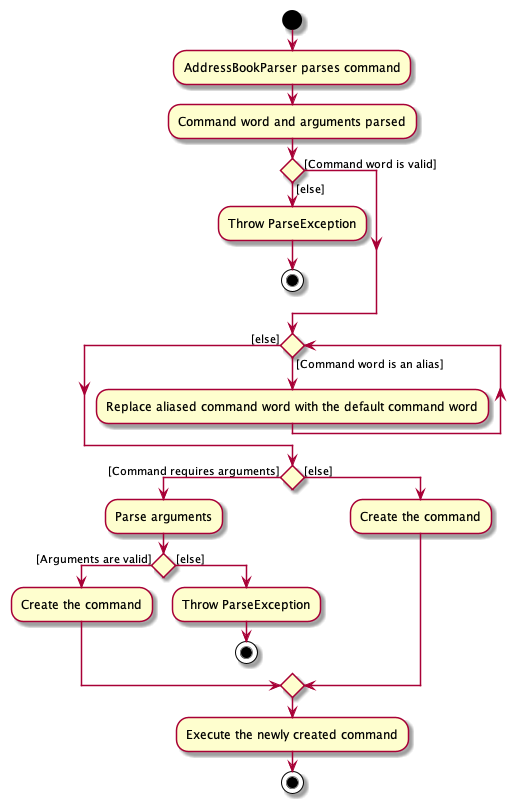
The PlantUML diagram docs/images/ParseActivityDiagram.png in nus-cs2103-AY2122S1/tp, before a commit. The source it was exported from:
```plantuml
@startuml
start
:AddressBookParser parses command;

:Command word and arguments parsed;

if () then ([Command word is valid])
else ([else])
    :Throw ParseException;
    stop
endif

while () is ([Command word is an alias])
    :Replace aliased command word with the default command word;
endwhile ([else])

if () then ([Command requires arguments])
    :Parse arguments;
    if () then ([Arguments are valid])
        :Create the command;
    else ([else])
        :Throw ParseException;
        stop
    endif
else ([else])
    :Create the command;
endif

:Execute the newly created command;

stop
@enduml
```
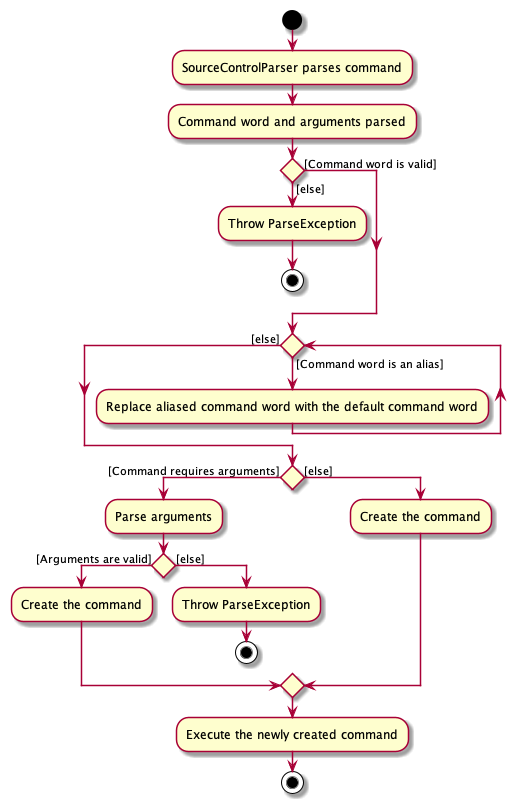
After the commit.

Change to the diagram source:
```diff
@@ -1,6 +1,6 @@
 @startuml
 start
-:AddressBookParser parses command;
+:SourceControlParser parses command;
 
 :Command word and arguments parsed;
 
```
